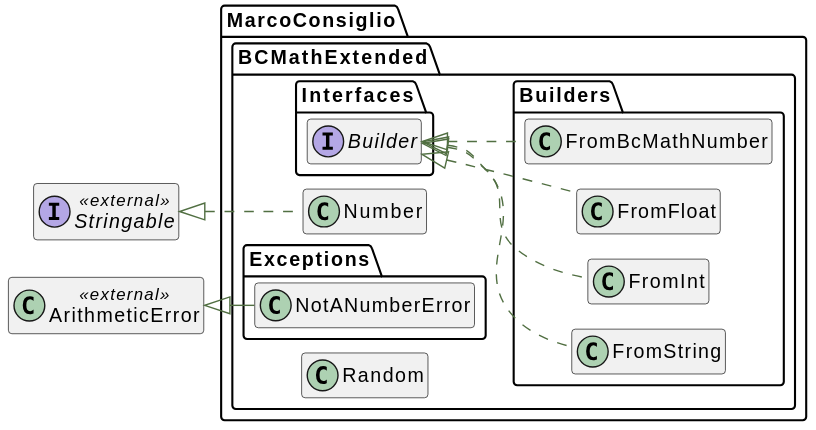
This is docs/html/graphs/classes.svg from MarcoConsiglio/bcmath-extended, a PlantUML export, as it was before one commit.
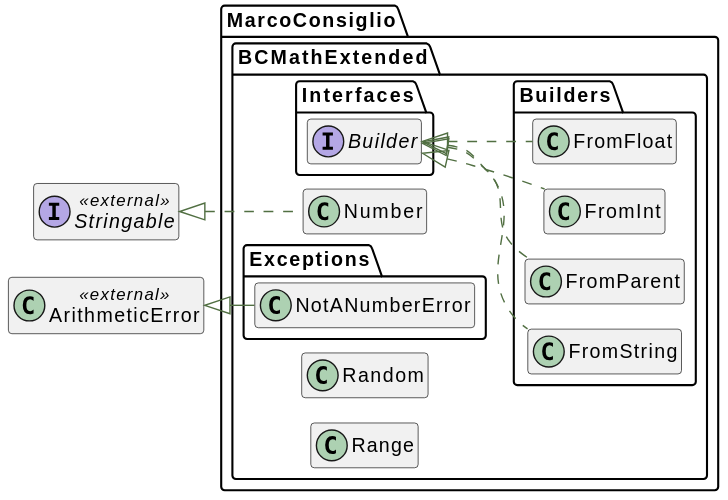
Above is the later version.

The edit, as a diff of the source:
```diff
@@ -23,12 +23,12 @@
      class "Random" as Random__class    {
     }
 }
+namespace MarcoConsiglio\\BCMathExtended {
+     class "Range" as Range__class    {
+    }
+}
 namespace MarcoConsiglio\\BCMathExtended\\Interfaces {
     interface "Builder" as Builder__interface  {
-    }
-}
-namespace MarcoConsiglio\\BCMathExtended\\Builders {
-     class "FromBcMathNumber" as FromBcMathNumber__class    implements \\MarcoConsiglio\\BCMathExtended\\Interfaces\\Builder__interface {
     }
 }
 namespace MarcoConsiglio\\BCMathExtended\\Builders {
@@ -37,6 +37,10 @@
 }
 namespace MarcoConsiglio\\BCMathExtended\\Builders {
      class "FromInt" as FromInt__class    implements \\MarcoConsiglio\\BCMathExtended\\Interfaces\\Builder__interface {
+    }
+}
+namespace MarcoConsiglio\\BCMathExtended\\Builders {
+     class "FromParent" as FromParent__class    implements \\MarcoConsiglio\\BCMathExtended\\Interfaces\\Builder__interface {
     }
 }
 namespace MarcoConsiglio\\BCMathExtended\\Builders {
```
